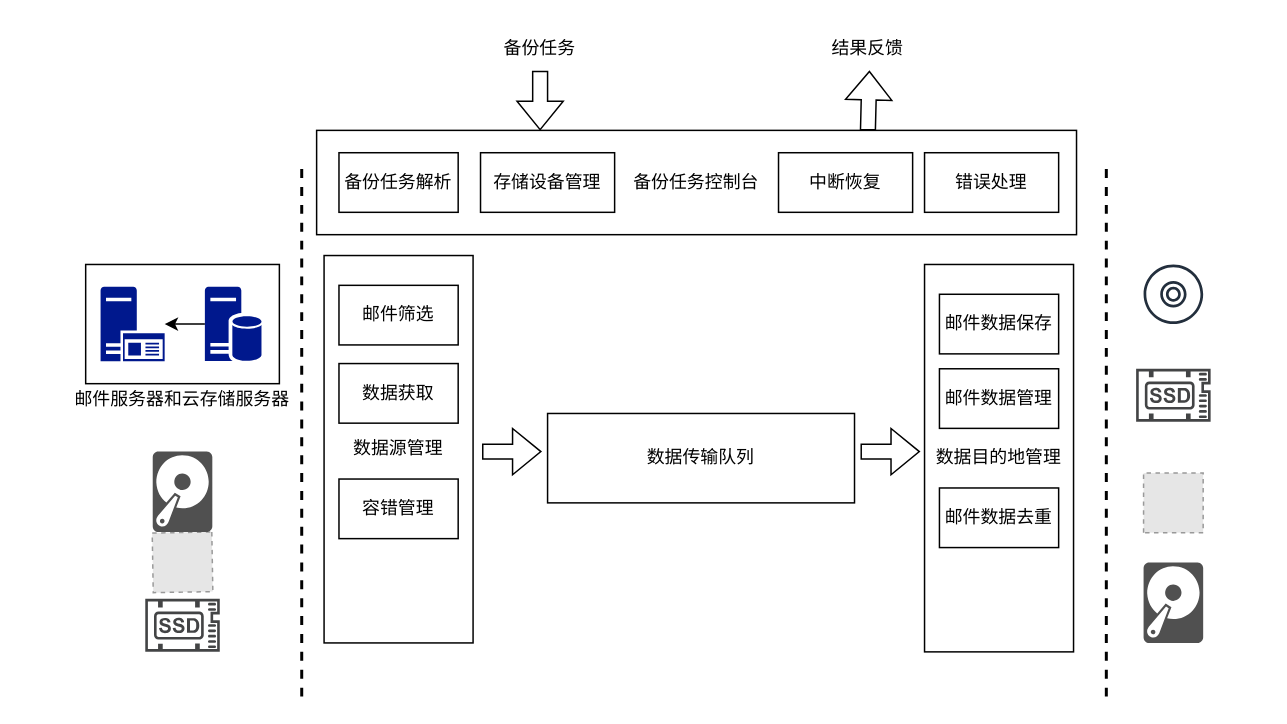
This is page "第 1 页" (1 of 2) of 第三章关键问题.drawio from GreenTee-color/Documents, a draw.io file, before an edit. Source tidied: cells renumbered, new cells numbered last; positions are measured from the earlier drawing's top-left corner, leaving out a move shared by most shapes. Both pictures are drawn from the tidied source at 149%, with x=0, y=0 at pixel (63, 25). Pictures stored in the file or linked from it are replaced by grey dashed boxes.
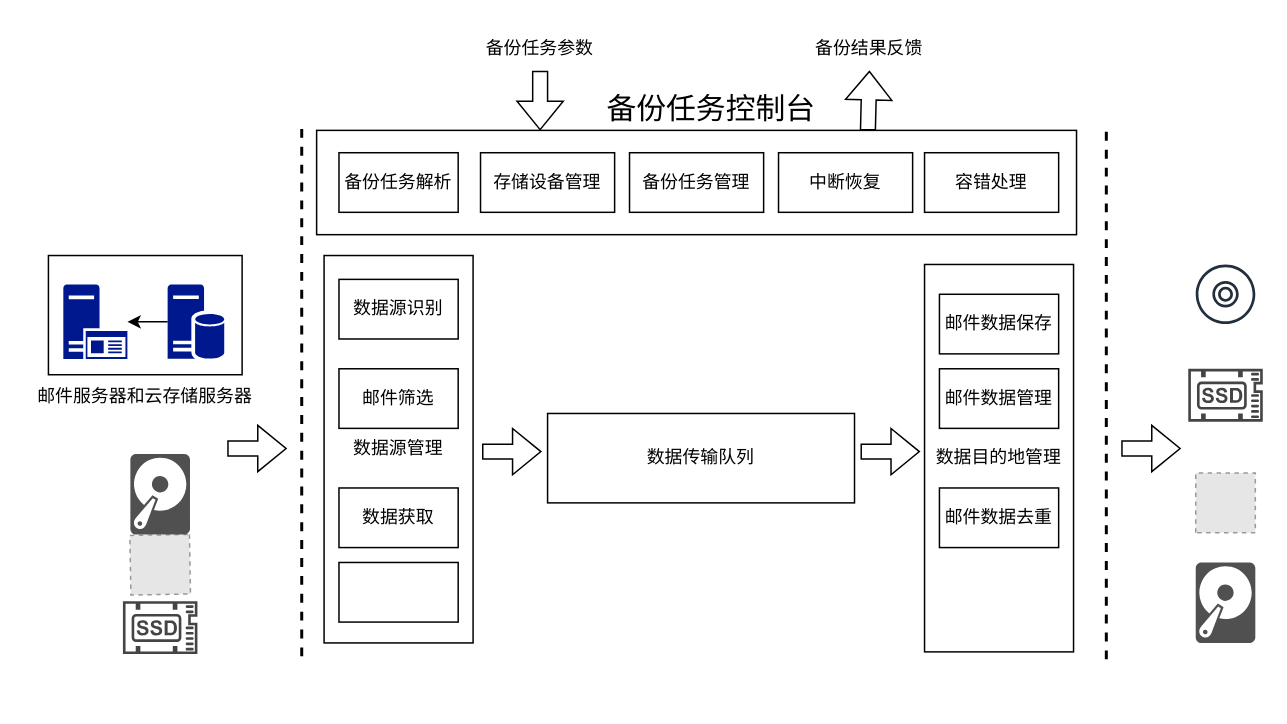
The same page after the edit.

Commit message (it also covers changes not shown here):
更新第三章关键问题.drawio

Unchanged cells that the change refers to:
```xml
<mxCell id="5" style="group;" parent="4" vertex="1">
  <mxGeometry y="54" width="110" height="80.3" as="geometry" />
</mxCell>
<mxCell id="26" style="group;" parent="1" vertex="1">
  <mxGeometry x="175" y="154" width="100" height="260" as="geometry" />
</mxCell>
```

Change to the diagram source:
```diff
@@
-    <mxCell id="2" value="备份任务控制台" style="rounded=0;whiteSpace=wrap;html=1;" parent="1" vertex="1">
+    <mxCell id="2" style="rounded=0;whiteSpace=wrap;html=1;" parent="1" vertex="1">
       <mxGeometry x="170" y="70" width="510" height="70" as="geometry" />
     </mxCell>
     <mxCell id="3" style="endArrow=none;dashed=1;html=1;rounded=0;strokeWidth=2;" parent="1" edge="1">
       <mxGeometry relative="1" as="geometry">
-        <mxPoint x="160" y="450" as="sourcePoint" />
-        <mxPoint x="160" y="90" as="targetPoint" />
+        <mxPoint x="160" y="423" as="sourcePoint" />
+        <mxPoint x="160" y="63" as="targetPoint" />
       </mxGeometry>
     </mxCell>
     <mxCell id="4" style="group;" parent="1" vertex="1">
-      <mxGeometry x="55" y="285.6" width="110" height="134.4" as="geometry" />
+      <mxGeometry x="20" y="260" width="110" height="134.4" as="geometry" />
     </mxCell>
@@
-    <mxCell id="6" style="group;" parent="5" vertex="1">
-      <mxGeometry width="50" height="80.3" as="geometry" />
-    </mxCell>
+    <mxCell id="44" style="group;" parent="5" vertex="1">
+      <mxGeometry x="20" y="27.2" width="50" height="80.3" as="geometry" />
+    </mxCell>
-    <mxCell id="7" style="sketch=0;shadow=0;dashed=0;html=1;strokeColor=none;fillColor=#434445;labelPosition=center;verticalLabelPosition=bottom;verticalAlign=top;align=center;shape=mxgraph.vvd.ssd;" parent="6" vertex="1">
+    <mxCell id="7" style="sketch=0;shadow=0;dashed=0;html=1;strokeColor=none;fillColor=#434445;labelPosition=center;verticalLabelPosition=bottom;verticalAlign=top;align=center;shape=mxgraph.vvd.ssd;" parent="44" vertex="1">
       <mxGeometry y="44.8" width="50" height="35.5" as="geometry" />
     </mxCell>
-    <mxCell id="8" style="fillColor=#E6E6E6;strokeColor=#999999;dashed=1;html=1;verticalAlign=top;verticalLabelPosition=bottom;labelBackgroundColor=#ffffff;rotation=89;" parent="6" vertex="1">
+    <mxCell id="8" style="fillColor=#E6E6E6;strokeColor=#999999;dashed=1;html=1;verticalAlign=top;verticalLabelPosition=bottom;labelBackgroundColor=#ffffff;rotation=89;" parent="44" vertex="1">
       <mxGeometry x="5" y="0.3" width="40" height="40" as="geometry" />
     </mxCell>
     <mxCell id="9" style="sketch=0;shadow=0;dashed=0;html=1;strokeColor=none;fillColor=#505050;labelPosition=center;verticalLabelPosition=bottom;verticalAlign=top;align=center;shape=mxgraph.office.devices.hard_disk;" parent="4" vertex="1">
-      <mxGeometry x="5" width="40" height="54" as="geometry" />
+      <mxGeometry x="25" y="27.2" width="40" height="54" as="geometry" />
     </mxCell>
     <mxCell id="10" style="sketch=0;shadow=0;dashed=0;html=1;strokeColor=none;fillColor=#505050;labelPosition=center;verticalLabelPosition=bottom;verticalAlign=top;align=center;shape=mxgraph.office.devices.hard_disk;" parent="1" vertex="1">
-      <mxGeometry x="725" y="360" width="40" height="54" as="geometry" />
+      <mxGeometry x="760" y="360" width="40" height="54" as="geometry" />
     </mxCell>
     <mxCell id="11" style="sketch=0;fontColor=#232F3E;gradientColor=none;fillColor=#232F3D;strokeColor=none;dashed=0;verticalLabelPosition=bottom;verticalAlign=top;align=center;html=1;fontSize=12;fontStyle=0;shape=mxgraph.aws4.disk;" parent="1" vertex="1">
-      <mxGeometry x="725" y="160" width="40" height="40" as="geometry" />
+      <mxGeometry x="760" y="160" width="40" height="40" as="geometry" />
     </mxCell>
     <mxCell id="12" style="sketch=0;shadow=0;dashed=0;html=1;strokeColor=none;fillColor=#434445;labelPosition=center;verticalLabelPosition=bottom;verticalAlign=top;align=center;shape=mxgraph.vvd.ssd;" parent="1" vertex="1">
-      <mxGeometry x="720" y="230" width="50" height="35.5" as="geometry" />
+      <mxGeometry x="755" y="230" width="50" height="35.5" as="geometry" />
     </mxCell>
     <mxCell id="13" style="fillColor=#E6E6E6;strokeColor=#999999;dashed=1;html=1;verticalAlign=top;verticalLabelPosition=bottom;labelBackgroundColor=#ffffff;rotation=-90;" parent="1" vertex="1">
-      <mxGeometry x="725" y="300" width="40" height="40" as="geometry" />
+      <mxGeometry x="760" y="300" width="40" height="40" as="geometry" />
     </mxCell>
-    <mxCell id="14" style="group;" parent="1" vertex="1">
-      <mxGeometry x="15" y="160" width="130" height="80" as="geometry" />
-    </mxCell>
-    <mxCell id="15" style="rounded=0;whiteSpace=wrap;html=1;" parent="14" vertex="1">
-      <mxGeometry width="130" height="80" as="geometry" />
-    </mxCell>
-    <mxCell id="16" style="sketch=0;shadow=0;dashed=0;html=1;strokeColor=none;labelPosition=center;verticalLabelPosition=bottom;verticalAlign=top;align=center;fillColor=#00188D;shape=mxgraph.mscae.enterprise.application_server2;" parent="14" vertex="1">
-      <mxGeometry x="10" y="15" width="43" height="50" as="geometry" />
-    </mxCell>
-    <mxCell id="17" style="sketch=0;shadow=0;dashed=0;html=1;strokeColor=none;labelPosition=center;verticalLabelPosition=bottom;verticalAlign=top;align=center;fillColor=#00188D;shape=mxgraph.mscae.enterprise.database_server;" parent="14" vertex="1">
-      <mxGeometry x="80" y="15" width="38" height="50" as="geometry" />
-    </mxCell>
-    <mxCell id="18" style="edgeStyle=orthogonalEdgeStyle;rounded=0;jettySize=auto;html=1;" parent="14" edge="1" source="17" target="16">
-      <mxGeometry relative="1" as="geometry" />
-    </mxCell>
@@
     <mxCell id="28" value="数据获取" style="rounded=0;whiteSpace=wrap;html=1;" parent="26" vertex="1">
-      <mxGeometry x="10" y="72.5" width="80" height="40" as="geometry" />
+      <mxGeometry x="10" y="156" width="80" height="40" as="geometry" />
     </mxCell>
     <mxCell id="29" value="邮件筛选" style="rounded=0;whiteSpace=wrap;html=1;" parent="26" vertex="1">
-      <mxGeometry x="10" y="20" width="80" height="40" as="geometry" />
+      <mxGeometry x="10" y="76" width="80" height="40" as="geometry" />
     </mxCell>
-    <mxCell id="30" value="容错管理" style="rounded=0;whiteSpace=wrap;html=1;" parent="26" vertex="1">
-      <mxGeometry x="10" y="150" width="80" height="40" as="geometry" />
+    <mxCell id="30" style="rounded=0;whiteSpace=wrap;html=1;" parent="26" vertex="1">
+      <mxGeometry x="10" y="206" width="80" height="40" as="geometry" />
     </mxCell>
+    <mxCell id="45" value="数据源识别" style="rounded=0;whiteSpace=wrap;html=1;" parent="26" vertex="1">
+      <mxGeometry x="10" y="16" width="80" height="40" as="geometry" />
+    </mxCell>
@@
-    <mxCell id="33" value="邮件服务器和云存储服务器" style="text;html=1;align=center;verticalAlign=middle;whiteSpace=wrap;rounded=0;" parent="1" vertex="1">
-      <mxGeometry y="235.5" width="160" height="30" as="geometry" />
-    </mxCell>
     <mxCell id="34" style="endArrow=none;dashed=1;html=1;rounded=0;strokeWidth=2;" parent="1" edge="1">
       <mxGeometry relative="1" as="geometry">
-        <mxPoint x="700" y="450" as="sourcePoint" />
-        <mxPoint x="700" y="90" as="targetPoint" />
+        <mxPoint x="700" y="425" as="sourcePoint" />
+        <mxPoint x="700" y="65" as="targetPoint" />
       </mxGeometry>
     </mxCell>
@@
-    <mxCell id="38" value="备份任务" style="text;html=1;align=center;verticalAlign=middle;whiteSpace=wrap;rounded=0;" parent="1" vertex="1">
-      <mxGeometry x="290" width="60" height="30" as="geometry" />
+    <mxCell id="38" value="备份任务参数" style="text;html=1;align=center;verticalAlign=middle;whiteSpace=wrap;rounded=0;" parent="1" vertex="1">
+      <mxGeometry x="280" width="80" height="30" as="geometry" />
     </mxCell>
-    <mxCell id="39" value="结果反馈" style="text;html=1;align=center;verticalAlign=middle;whiteSpace=wrap;rounded=0;" parent="1" vertex="1">
-      <mxGeometry x="510" width="60" height="30" as="geometry" />
+    <mxCell id="39" value="备份结果反馈" style="text;html=1;align=center;verticalAlign=middle;whiteSpace=wrap;rounded=0;" parent="1" vertex="1">
+      <mxGeometry x="496" width="90" height="30" as="geometry" />
     </mxCell>
@@
-    <mxCell id="42" value="错误处理" style="rounded=0;whiteSpace=wrap;html=1;" parent="1" vertex="1">
+    <mxCell id="42" value="容错处理" style="rounded=0;whiteSpace=wrap;html=1;" parent="1" vertex="1">
       <mxGeometry x="578" y="85" width="90" height="40" as="geometry" />
     </mxCell>
@@
+    <mxCell id="46" style="group;" parent="1" vertex="1">
+      <mxGeometry x="-25" y="154" width="160" height="110" as="geometry" />
+    </mxCell>
+    <mxCell id="33" value="邮件服务器和云存储服务器" style="text;html=1;align=center;verticalAlign=middle;whiteSpace=wrap;rounded=0;" parent="46" vertex="1">
+      <mxGeometry y="80" width="160" height="30" as="geometry" />
+    </mxCell>
+    <mxCell id="15" style="rounded=0;whiteSpace=wrap;html=1;" parent="46" vertex="1">
+      <mxGeometry x="15" width="130" height="80" as="geometry" />
+    </mxCell>
+    <mxCell id="16" style="sketch=0;shadow=0;dashed=0;html=1;strokeColor=none;labelPosition=center;verticalLabelPosition=bottom;verticalAlign=top;align=center;fillColor=#00188D;shape=mxgraph.mscae.enterprise.application_server2;" parent="46" vertex="1">
+      <mxGeometry x="25" y="19.5" width="43" height="50" as="geometry" />
+    </mxCell>
+    <mxCell id="17" style="sketch=0;shadow=0;dashed=0;html=1;strokeColor=none;labelPosition=center;verticalLabelPosition=bottom;verticalAlign=top;align=center;fillColor=#00188D;shape=mxgraph.mscae.enterprise.database_server;" parent="46" vertex="1">
+      <mxGeometry x="95" y="19.5" width="38" height="50" as="geometry" />
+    </mxCell>
+    <mxCell id="18" style="edgeStyle=orthogonalEdgeStyle;rounded=0;jettySize=auto;html=1;" parent="46" edge="1" source="17" target="16">
+      <mxGeometry relative="1" as="geometry" />
+    </mxCell>
+    <mxCell id="47" style="shape=flexArrow;endArrow=classic;html=1;rounded=0;" parent="1" edge="1">
+      <mxGeometry relative="1" as="geometry">
+        <mxPoint x="110" y="283.5" as="sourcePoint" />
+        <mxPoint x="150" y="283.5" as="targetPoint" />
+      </mxGeometry>
+    </mxCell>
+    <mxCell id="48" style="shape=flexArrow;endArrow=classic;html=1;rounded=0;" parent="1" edge="1">
+      <mxGeometry relative="1" as="geometry">
+        <mxPoint x="710" y="283.5" as="sourcePoint" />
+        <mxPoint x="750" y="283.5" as="targetPoint" />
+      </mxGeometry>
+    </mxCell>
+    <mxCell id="49" value="备份任务管理" style="rounded=0;whiteSpace=wrap;html=1;" parent="1" vertex="1">
+      <mxGeometry x="380" y="85" width="90" height="40" as="geometry" />
+    </mxCell>
+    <mxCell id="50" value="备份任务控制台" style="text;html=1;align=center;verticalAlign=middle;whiteSpace=wrap;rounded=0;fontSize=20;" parent="1" vertex="1">
+      <mxGeometry x="350" y="40" width="170" height="30" as="geometry" />
+    </mxCell>
```
